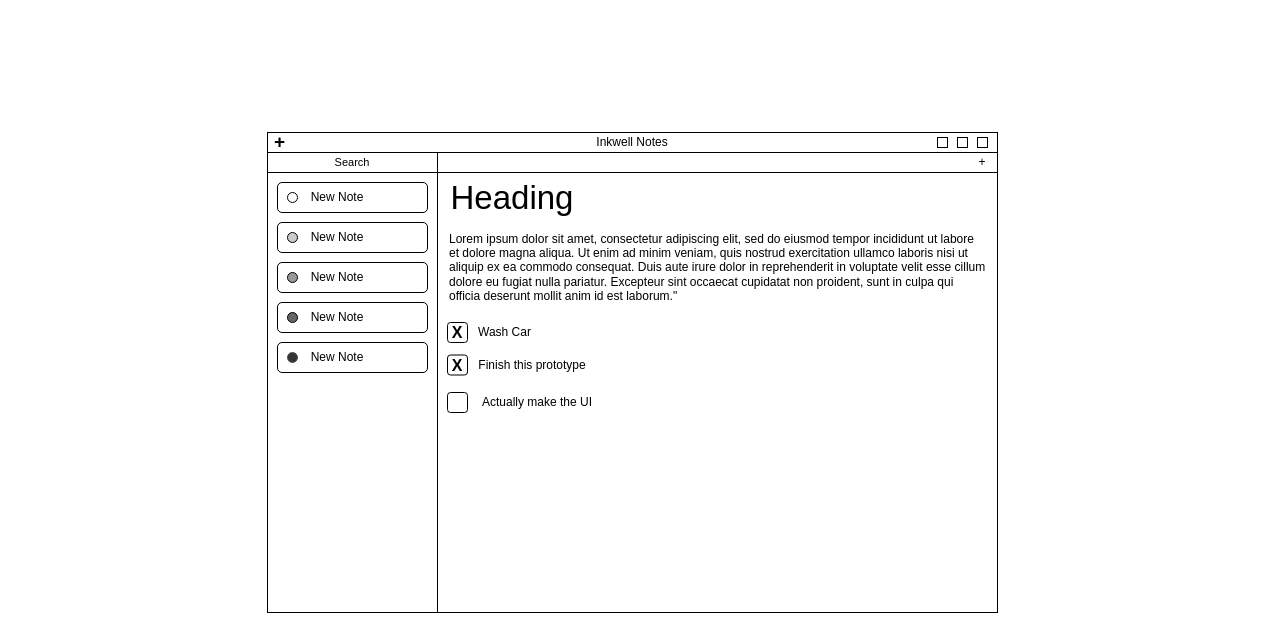
Before: UI Mockup.drawio in Wemmy0/Inkwell-NEA, a draw.io diagram. Source tidied: cells renumbered, new cells numbered last; positions are measured from the earlier drawing's top-left corner, leaving out a move shared by most shapes. Both pictures are drawn from the tidied source at 100%, with x=0, y=0 at pixel (267, 132).
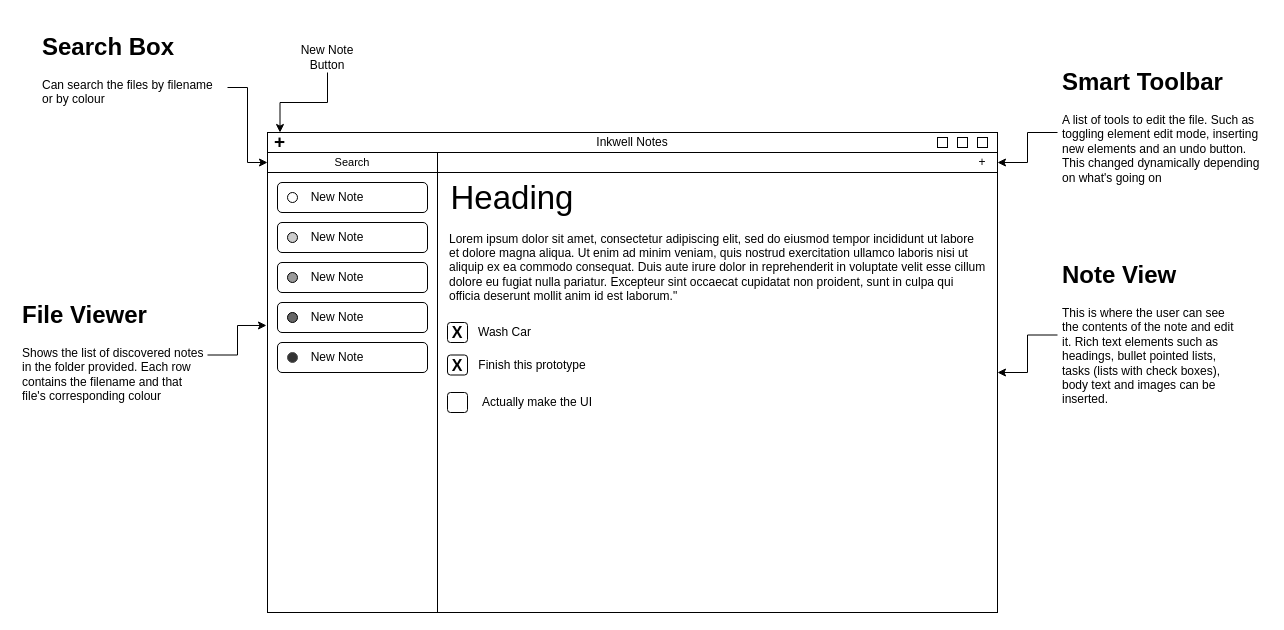
Above is the later version.

Unchanged cells that the change refers to:
```xml
<mxCell id="2" style="rounded=0;whiteSpace=wrap;html=1;" parent="1" vertex="1">
  <mxGeometry width="730" height="480" as="geometry" />
</mxCell>
<mxCell id="7" style="rounded=0;whiteSpace=wrap;html=1;" parent="1" vertex="1">
  <mxGeometry y="20" width="170" height="460" as="geometry" />
</mxCell>
<mxCell id="8" value="&lt;b&gt;&lt;font style=&quot;font-size: 19px;&quot;&gt;+&lt;/font&gt;&lt;/b&gt;" style="text;html=1;strokeColor=none;fillColor=none;align=center;verticalAlign=middle;whiteSpace=wrap;rounded=0;" parent="1" vertex="1">
  <mxGeometry x="5" width="15" height="20" as="geometry" />
</mxCell>
<mxCell id="9" value="&lt;font style=&quot;font-size: 11px;&quot;&gt;Search&lt;/font&gt;" style="rounded=0;whiteSpace=wrap;html=1;" parent="1" vertex="1">
  <mxGeometry y="20" width="170" height="20" as="geometry" />
</mxCell>
<mxCell id="37" style="rounded=0;whiteSpace=wrap;html=1;" parent="26" vertex="1">
  <mxGeometry x="-10" y="-30" width="560" height="20" as="geometry" />
</mxCell>
```

Change to the diagram source:
```diff
@@
+    <mxCell id="39" style="edgeStyle=orthogonalEdgeStyle;rounded=0;jettySize=auto;html=1;exitX=1;exitY=0.5;exitDx=0;exitDy=0;entryX=0;entryY=0.5;entryDx=0;entryDy=0;" parent="1" edge="1" source="40" target="9">
+      <mxGeometry relative="1" as="geometry" />
+    </mxCell>
+    <mxCell id="40" value="&lt;h1&gt;Search Box&lt;br&gt;&lt;/h1&gt;&lt;p&gt;Can search the files by filename or by colour&lt;br&gt;&lt;/p&gt;" style="text;html=1;strokeColor=none;fillColor=none;spacing=5;spacingTop=-20;whiteSpace=wrap;overflow=hidden;rounded=0;" parent="1" vertex="1">
+      <mxGeometry x="-230" y="-105" width="190" height="120" as="geometry" />
+    </mxCell>
+    <mxCell id="41" value="&lt;h1&gt;File Viewer&lt;br&gt;&lt;/h1&gt;&lt;p&gt;Shows the list of discovered notes in the folder provided. Each row contains the filename and that file's corresponding colour&lt;br&gt;&lt;/p&gt;" style="text;html=1;strokeColor=none;fillColor=none;spacing=5;spacingTop=-20;whiteSpace=wrap;overflow=hidden;rounded=0;" parent="1" vertex="1">
+      <mxGeometry x="-250" y="162.5" width="190" height="120" as="geometry" />
+    </mxCell>
+    <mxCell id="42" style="edgeStyle=orthogonalEdgeStyle;rounded=0;jettySize=auto;html=1;exitX=1;exitY=0.5;exitDx=0;exitDy=0;entryX=-0.006;entryY=0.376;entryDx=0;entryDy=0;entryPerimeter=0;" parent="1" edge="1" source="41" target="7">
+      <mxGeometry relative="1" as="geometry" />
+    </mxCell>
+    <mxCell id="43" style="edgeStyle=orthogonalEdgeStyle;rounded=0;jettySize=auto;html=1;exitX=0.5;exitY=1;exitDx=0;exitDy=0;entryX=0.5;entryY=0;entryDx=0;entryDy=0;" parent="1" edge="1" source="44" target="8">
+      <mxGeometry relative="1" as="geometry" />
+    </mxCell>
+    <mxCell id="44" value="New Note Button" style="text;html=1;strokeColor=none;fillColor=none;align=center;verticalAlign=middle;whiteSpace=wrap;rounded=0;" parent="1" vertex="1">
+      <mxGeometry x="30" y="-90" width="60" height="30" as="geometry" />
+    </mxCell>
+    <mxCell id="45" style="edgeStyle=orthogonalEdgeStyle;rounded=0;jettySize=auto;html=1;exitX=0;exitY=0.5;exitDx=0;exitDy=0;" parent="1" edge="1" source="46" target="2">
+      <mxGeometry relative="1" as="geometry" />
+    </mxCell>
+    <mxCell id="46" value="&lt;h1&gt;Note View&lt;br&gt;&lt;/h1&gt;&lt;p&gt;This is where the user can see the contents of the note and edit it. Rich text elements such as headings, bullet pointed lists, tasks (lists with check boxes), body text and images can be inserted.&lt;/p&gt;" style="text;html=1;strokeColor=none;fillColor=none;spacing=5;spacingTop=-20;whiteSpace=wrap;overflow=hidden;rounded=0;" parent="1" vertex="1">
+      <mxGeometry x="790" y="122.5" width="190" height="160" as="geometry" />
+    </mxCell>
+    <mxCell id="47" style="edgeStyle=orthogonalEdgeStyle;rounded=0;jettySize=auto;html=1;exitX=0;exitY=0.5;exitDx=0;exitDy=0;entryX=1;entryY=0.5;entryDx=0;entryDy=0;" parent="1" edge="1" source="48" target="37">
+      <mxGeometry relative="1" as="geometry" />
+    </mxCell>
+    <mxCell id="48" value="&lt;h1&gt;Smart Toolbar&lt;/h1&gt;&lt;p&gt;A list of tools to edit the file. Such as toggling element edit mode, inserting new elements and an undo button. This changed dynamically depending on what's going on&lt;br&gt;&lt;/p&gt;" style="text;html=1;strokeColor=none;fillColor=none;spacing=5;spacingTop=-20;whiteSpace=wrap;overflow=hidden;rounded=0;" parent="1" vertex="1">
+      <mxGeometry x="790" y="-70" width="210" height="140" as="geometry" />
+    </mxCell>
```
